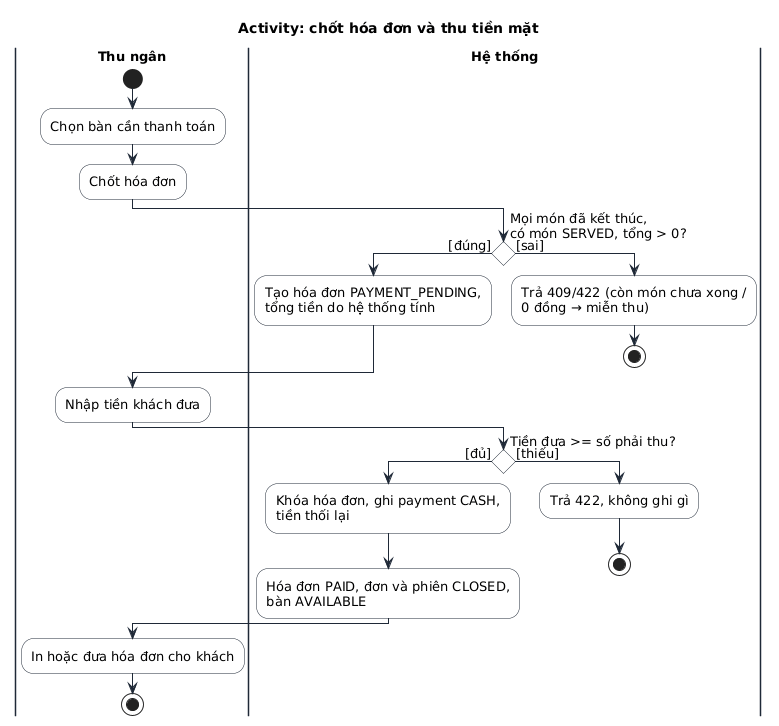
This is docs/bao-cao-ltnc/uml/act-thanh-toan-tien-mat.png from Anpham120/restaurant-management-system, a PlantUML export, as it was before one commit.
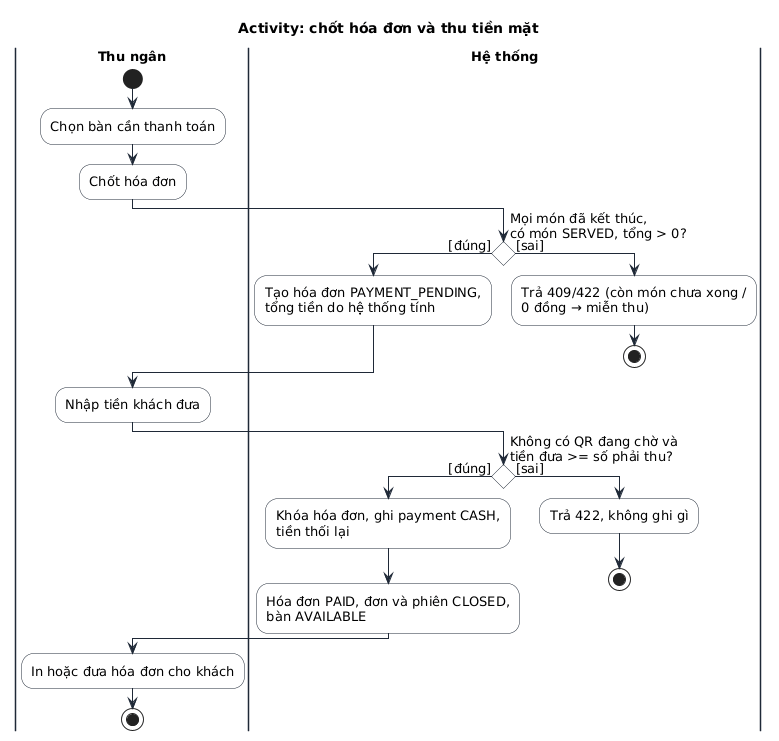
The same diagram one commit later.

Diff of the diagram source:
```diff
@@ -17,10 +17,10 @@
 |Thu ngân|
 :Nhập tiền khách đưa;
 |Hệ thống|
-if (Tiền đưa >= số phải thu?) then ([đủ])
+if (Không có QR đang chờ và\ntiền đưa >= số phải thu?) then ([đúng])
   :Khóa hóa đơn, ghi payment CASH,\ntiền thối lại;
   :Hóa đơn PAID, đơn và phiên CLOSED,\nbàn AVAILABLE;
-else ([thiếu])
+else ([sai])
   :Trả 422, không ghi gì;
   stop
 endif
```
